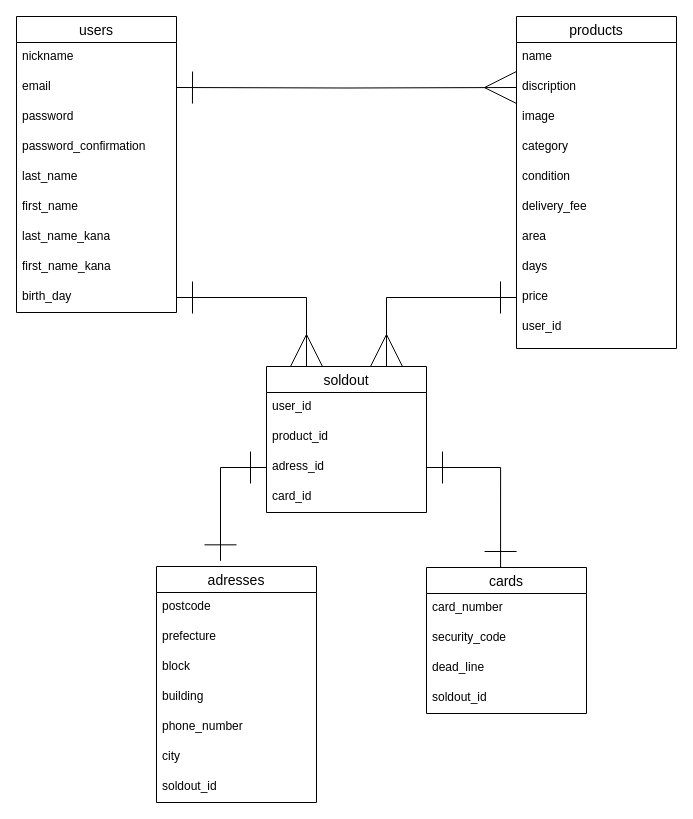
tatsuhiko-ooya/furima-33822 keeps this draw.io diagram as er.dio. Above is the earlier version. Source tidied: cells renumbered, new cells numbered last; positions are measured from the earlier drawing's top-left corner, leaving out a move shared by most shapes. Both pictures are drawn from the tidied source at 100%, with x=0, y=0 at pixel (16, 16).
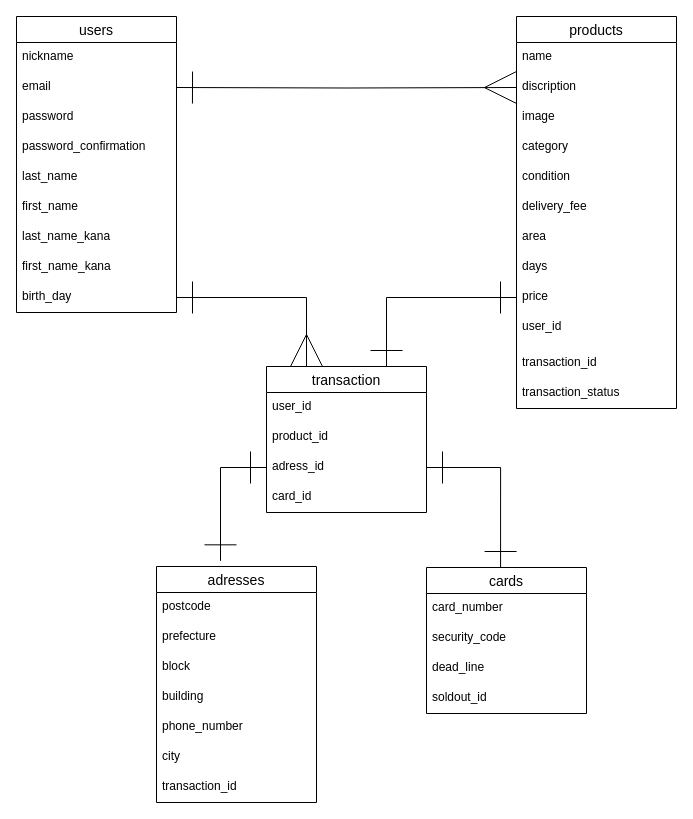
The same page after the edit.

Unchanged cells that the change refers to:
```xml
<mxCell id="16" value="price" style="text;strokeColor=none;fillColor=none;spacingLeft=4;spacingRight=4;overflow=hidden;points=[[0,0.5],[1,0.5]];portConstraint=eastwest;fontSize=12;" parent="7" vertex="1">
  <mxGeometry y="266" width="160" height="30" as="geometry" />
</mxCell>
<mxCell id="31" value="adresses" style="swimlane;fontStyle=0;horizontal=1;startSize=26;align=center;fontSize=14;" parent="1" vertex="1">
  <mxGeometry x="140" y="550" width="160" height="236" as="geometry" />
</mxCell>
```

Change to the diagram source:
```diff
@@
-    <mxCell id="2" value="soldout" style="swimlane;fontStyle=0;horizontal=1;startSize=26;align=center;fontSize=14;" parent="1" vertex="1">
+    <mxCell id="2" value="transaction" style="swimlane;fontStyle=0;horizontal=1;startSize=26;align=center;fontSize=14;" parent="1" vertex="1">
       <mxGeometry x="250" y="350" width="160" height="146" as="geometry" />
     </mxCell>
@@
     <mxCell id="7" value="products" style="swimlane;fontStyle=0;horizontal=1;startSize=26;align=center;fontSize=14;" parent="1" vertex="1">
-      <mxGeometry x="500" width="160" height="332" as="geometry" />
+      <mxGeometry x="500" width="160" height="392" as="geometry" />
     </mxCell>
@@
+    <mxCell id="46" value="transaction_id&#10;" style="text;strokeColor=none;fillColor=none;spacingLeft=4;spacingRight=4;overflow=hidden;fontSize=12;" parent="7" vertex="1">
+      <mxGeometry y="332" width="160" height="30" as="geometry" />
+    </mxCell>
+    <mxCell id="47" value="transaction_status" style="text;strokeColor=none;fillColor=none;spacingLeft=4;spacingRight=4;overflow=hidden;fontSize=12;" parent="7" vertex="1">
+      <mxGeometry y="362" width="160" height="30" as="geometry" />
+    </mxCell>
@@
-    <mxCell id="29" style="edgeStyle=orthogonalEdgeStyle;rounded=0;jettySize=auto;html=1;exitX=0;exitY=0.5;exitDx=0;exitDy=0;entryX=0.75;entryY=0;entryDx=0;entryDy=0;startArrow=ERone;startFill=0;startSize=30;endArrow=ERmany;endFill=0;endSize=30;" parent="1" edge="1" source="16" target="2">
+    <mxCell id="29" style="edgeStyle=orthogonalEdgeStyle;rounded=0;jettySize=auto;html=1;exitX=0;exitY=0.5;exitDx=0;exitDy=0;entryX=0.75;entryY=0;entryDx=0;entryDy=0;startArrow=ERone;startFill=0;startSize=30;endArrow=ERone;endFill=0;endSize=30;" parent="1" edge="1" source="16" target="2">
       <mxGeometry relative="1" as="geometry" />
     </mxCell>
@@
-    <mxCell id="38" value="soldout_id" style="text;strokeColor=none;fillColor=none;spacingLeft=4;spacingRight=4;overflow=hidden;fontSize=12;" parent="31" vertex="1">
+    <mxCell id="38" value="transaction_id" style="text;strokeColor=none;fillColor=none;spacingLeft=4;spacingRight=4;overflow=hidden;fontSize=12;" parent="31" vertex="1">
       <mxGeometry y="206" width="160" height="30" as="geometry" />
     </mxCell>
```
